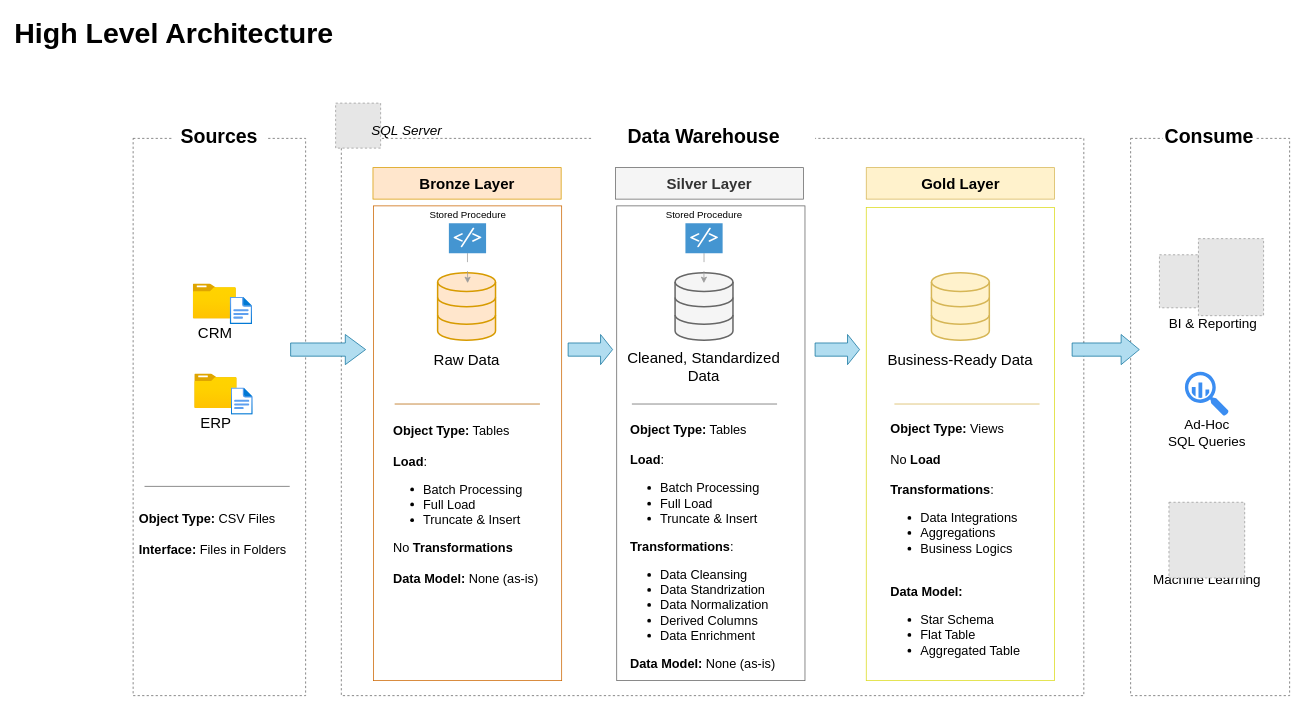
Earlier version of the draw.io diagram docs/data_architecture.drawio (SriramR02/Sales_Datanalytics_with_Tableau). Source tidied: cells renumbered, new cells numbered last; positions are measured from the earlier drawing's top-left corner, leaving out a move shared by most shapes. Both pictures are drawn from the tidied source at 75%, with x=0, y=0 at pixel (13, 13). Pictures stored in the file or linked from it are replaced by grey dashed boxes.
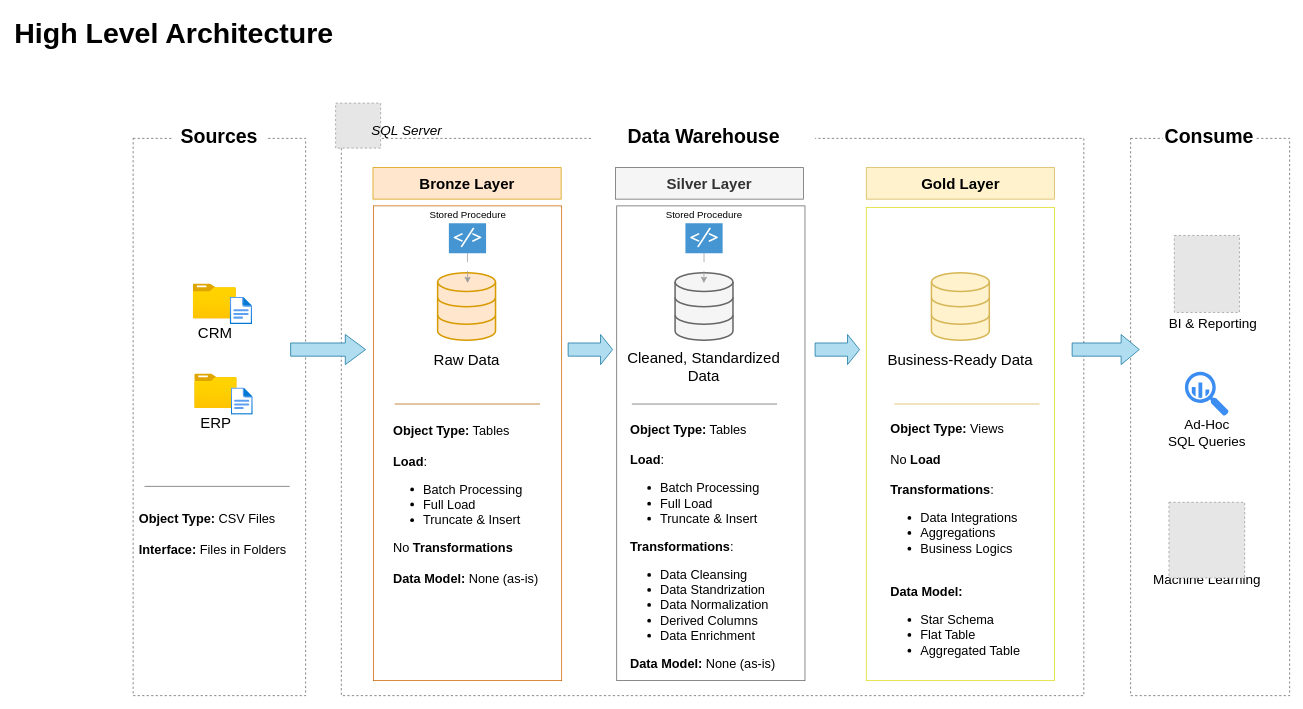
The same page after the edit.

The edit, as a diff of the source:
```diff
@@
-    <mxCell id="41" style="fillColor=#E6E6E6;strokeColor=#999999;dashed=1;verticalLabelPosition=bottom;labelBackgroundColor=default;verticalAlign=top;" parent="1" vertex="1">
-      <mxGeometry x="1528.4" y="322.2" width="52" height="70.7" as="geometry" />
-    </mxCell>
@@
     <mxCell id="43" style="fillColor=#E6E6E6;strokeColor=#999999;dashed=1;verticalLabelPosition=bottom;labelBackgroundColor=default;verticalAlign=top;" parent="1" vertex="1">
-      <mxGeometry x="1580.4" y="300.7" width="86.9" height="102.7" as="geometry" />
+      <mxGeometry x="1548.2" y="296.4" width="86.9" height="102.7" as="geometry" />
     </mxCell>
```
